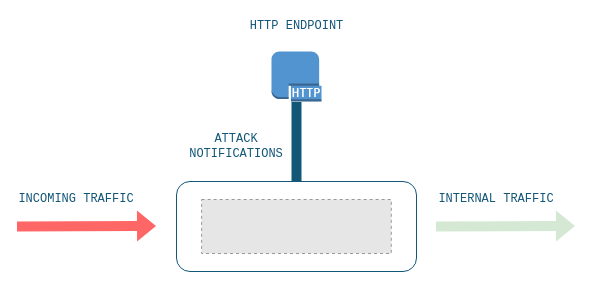
Earlier version of the draw.io diagram webhook/docs/diagram.drawio (bunkerity/bunkerweb-plugins). Source tidied: cells renumbered, new cells numbered last; positions are measured from the earlier drawing's top-left corner, leaving out a move shared by most shapes. Both pictures are drawn from the tidied source at 100%, with x=0, y=0 at pixel (16, 51). Pictures stored in the file or linked from it are replaced by grey dashed boxes.
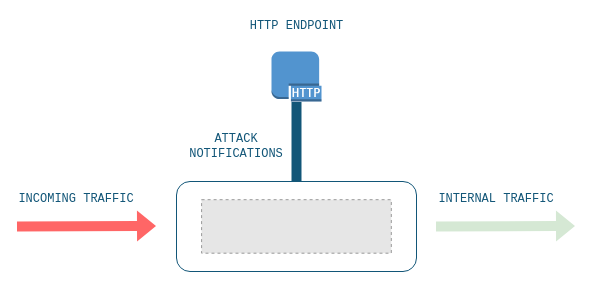
Above is the later version.

What changed in the source:
```diff
@@
 <mxGraphModel>
   <root>
     <mxCell id="0" />
     <mxCell id="1" parent="0" />
     <mxCell id="2" style="rounded=1;whiteSpace=wrap;html=1;fillColor=none;strokeColor=#125678;" parent="1" vertex="1">
       <mxGeometry x="160" y="130" width="240" height="90" as="geometry" />
     </mxCell>
-    <mxCell id="3" style="fillColor=#E6E6E6;strokeColor=#999999;dashed=1;verticalLabelPosition=bottom;labelBackgroundColor=default;verticalAlign=top;" parent="1" vertex="1">
-      <mxGeometry x="185.1" y="148" width="189.7" height="54" as="geometry" />
-    </mxCell>
     <mxCell id="4" style="shape=flexArrow;endArrow=classic;html=1;rounded=0;fillColor=#FF6666;entryX=0;entryY=0.5;entryDx=0;entryDy=0;strokeColor=none;fontFamily=Consolas;verticalAlign=top;labelPosition=center;verticalLabelPosition=bottom;align=center;" parent="1" edge="1">
       <mxGeometry relative="1" as="geometry">
         <mxPoint y="175" as="sourcePoint" />
         <mxPoint x="140" y="174.5" as="targetPoint" />
       </mxGeometry>
     </mxCell>
     <mxCell id="5" value="INCOMING TRAFFIC" style="text;html=1;strokeColor=none;fillColor=none;align=center;verticalAlign=middle;whiteSpace=wrap;rounded=0;fontColor=#125678;fontFamily=Consolas;" parent="1" vertex="1">
       <mxGeometry x="0.4" y="130" width="119.6" height="35" as="geometry" />
     </mxCell>
     <mxCell id="6" value="INTERNAL TRAFFIC" style="text;html=1;strokeColor=none;fillColor=none;align=center;verticalAlign=middle;whiteSpace=wrap;rounded=0;fontColor=#125678;fontFamily=Consolas;" parent="1" vertex="1">
       <mxGeometry x="420" y="130" width="119.6" height="35" as="geometry" />
     </mxCell>
     <mxCell id="7" style="shape=flexArrow;endArrow=classic;html=1;rounded=0;fillColor=#d5e8d4;entryX=0;entryY=0.5;entryDx=0;entryDy=0;strokeColor=none;fontFamily=Consolas;verticalAlign=top;labelPosition=center;verticalLabelPosition=bottom;align=center;" parent="1" edge="1">
       <mxGeometry relative="1" as="geometry">
         <mxPoint x="419" y="175" as="sourcePoint" />
         <mxPoint x="559" y="174.5" as="targetPoint" />
       </mxGeometry>
     </mxCell>
     <mxCell id="8" style="shape=flexArrow;endArrow=none;html=1;rounded=0;fillColor=#125678;endFill=0;strokeColor=none;exitX=0.5;exitY=0;exitDx=0;exitDy=0;" parent="1" edge="1" source="2">
       <mxGeometry relative="1" as="geometry">
         <mxPoint x="280" y="50" as="targetPoint" />
       </mxGeometry>
     </mxCell>
     <mxCell id="9" value="&lt;div&gt;ATTACK&lt;/div&gt;&lt;div&gt;NOTIFICATIONS&lt;br&gt;&lt;/div&gt;" style="text;html=1;strokeColor=none;fillColor=none;align=center;verticalAlign=middle;whiteSpace=wrap;rounded=0;fontFamily=Consolas;fontColor=#125678;" parent="1" vertex="1">
       <mxGeometry x="190" y="80" width="60" height="30" as="geometry" />
     </mxCell>
     <mxCell id="10" value="&lt;div&gt;&lt;font face=&quot;Consolas&quot; color=&quot;#125678&quot;&gt;HTTP ENDPOINT&lt;/font&gt;&lt;/div&gt;&lt;div&gt;&lt;font face=&quot;Consolas&quot; color=&quot;#125678&quot;&gt;&lt;br&gt;&lt;/font&gt;&lt;/div&gt;" style="dashed=0;verticalLabelPosition=top;verticalAlign=bottom;align=center;html=1;shape=mxgraph.aws3.http_protocol;fillColor=#5294CF;gradientColor=none;labelPosition=center;" parent="1" vertex="1">
       <mxGeometry x="255" width="50" height="50" as="geometry" />
     </mxCell>
+    <mxCell id="11" style="fillColor=#E6E6E6;strokeColor=#999999;dashed=1;verticalLabelPosition=bottom;labelBackgroundColor=default;verticalAlign=top;" parent="1" vertex="1">
+      <mxGeometry x="185.1" y="148.2" width="189.7" height="53.5" as="geometry" />
+    </mxCell>
   </root>
 </mxGraphModel>
```
